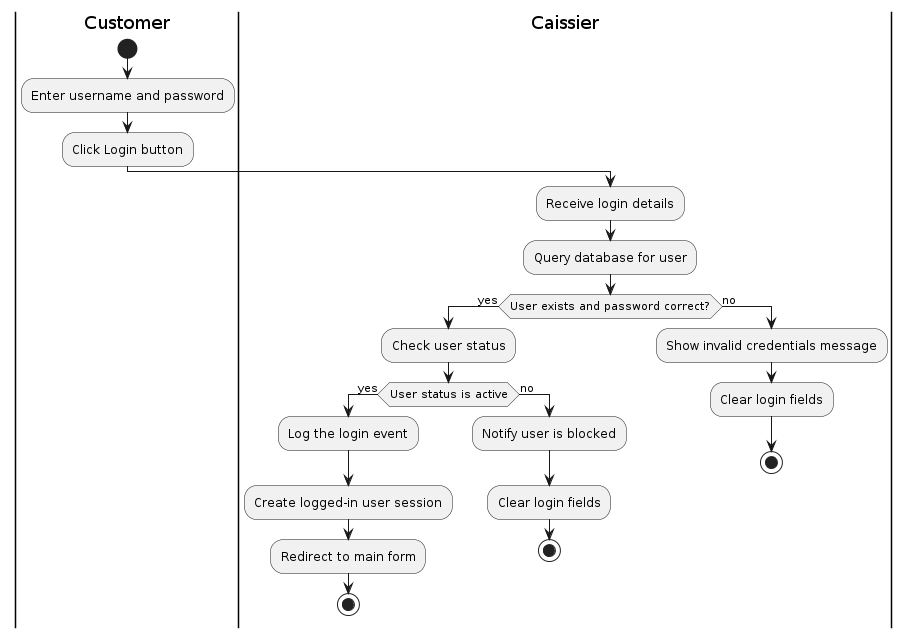
PasanSWijekoon/GeminsightDocumentation keeps this PlantUML diagram as docs/img/loginimg.png. Above is the earlier version. Source of this version:
```plantuml
@startuml
|Customer|
start
:Enter username and password;
:Click Login button;

|Caissier|
:Receive login details;
:Query database for user;
if (User exists and password correct?) then (yes)
  :Check user status;
  if (User status is active) then (yes)
    :Log the login event;
    :Create logged-in user session;
    :Redirect to main form;
    stop
  else (no)
    :Notify user is blocked;
    :Clear login fields;
    stop
  endif
else (no)
  :Show invalid credentials message;
  :Clear login fields;
  stop
endif
@enduml
```
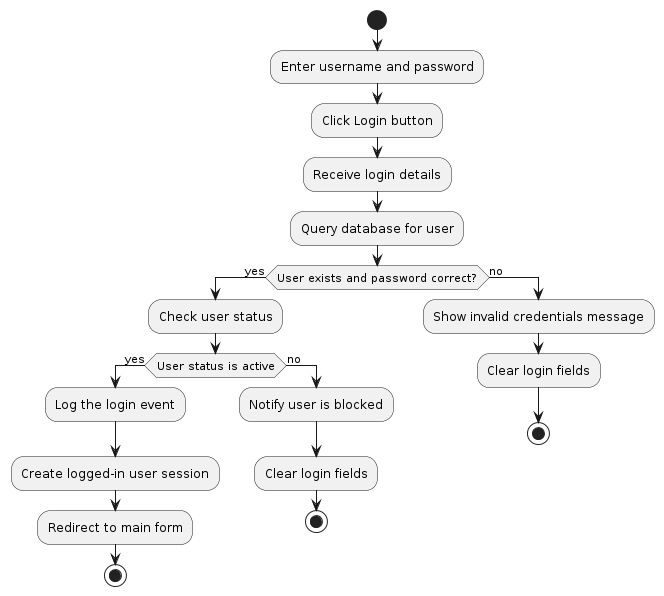
Above is the later version.

What changed in the source:
```diff
@@ -1,10 +1,8 @@
 @startuml
-|Customer|
+|Caissier|
 start
 :Enter username and password;
 :Click Login button;
-
-|Caissier|
 :Receive login details;
 :Query database for user;
 if (User exists and password correct?) then (yes)
```
